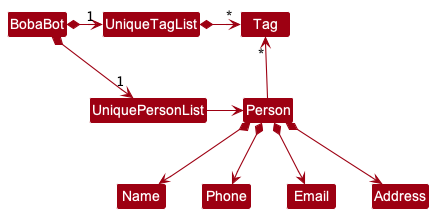
This is docs/images/BetterModelClassDiagram.png from nus-cs2103-AY2223S1/tp, a PlantUML export, as it was before one commit.
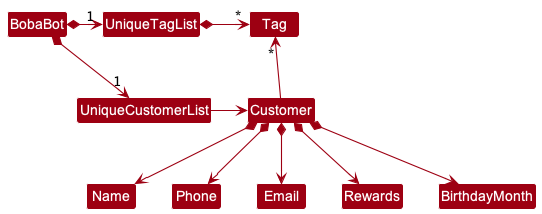
The same file after the commit.

What changed in the source:
```diff
@@ -4,18 +4,19 @@
 skinparam arrowColor MODEL_COLOR
 skinparam classBackgroundColor MODEL_COLOR
 
-BobaBot *-right-> "1" UniquePersonList
+BobaBot *-right-> "1" UniqueCustomerList
 BobaBot *-right-> "1" UniqueTagList
-UniqueTagList -[hidden]down- UniquePersonList
-UniqueTagList -[hidden]down- UniquePersonList
+UniqueTagList -[hidden]down- UniqueCustomerList
+UniqueTagList -[hidden]down- UniqueCustomerList
 
 UniqueTagList *-right-> "*" Tag
-UniquePersonList -right-> Person
+UniqueCustomerList -right-> Customer
 
-Person -up-> "*" Tag
+Customer -up-> "*" Tag
 
-Person *--> Name
-Person *--> Phone
-Person *--> Email
-Person *--> Address
+Customer *--> Name
+Customer *--> Phone
+Customer *--> Email
+Customer *--> Rewards
+Customer *--> BirthdayMonth
 @enduml
```
